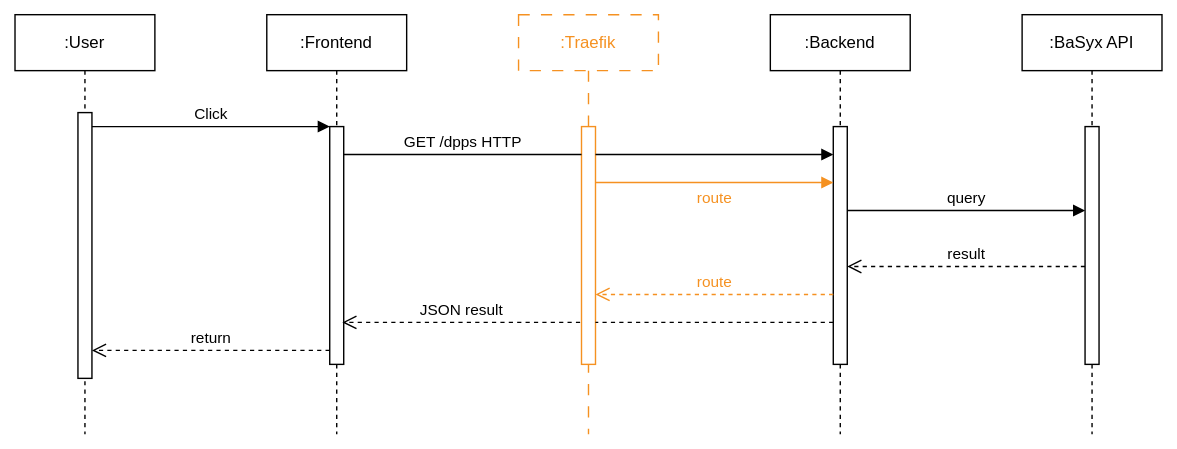
This is PROJECT/SAS/diagrams/sequence-diagram/TINF24F_SAS_Team_6_Sequence-Diagram_R10.drawio.svg from DHBW-TINF24F/Team6-BaSyx-DPP-API, a draw.io export, as it was before one commit. Source tidied: cells renumbered, new cells last; positions are measured from the earlier drawing's top-left corner, leaving out a move shared by most shapes.
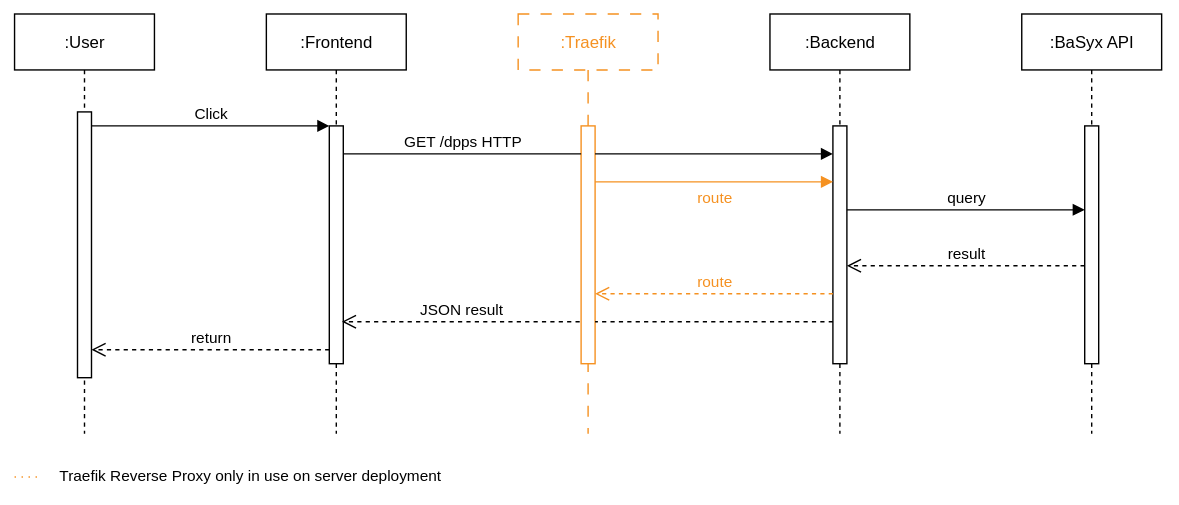
The same file after the commit.

Diff of the diagram source:
```diff
@@ -118,5 +118,17 @@
         </Array>
       </mxGeometry>
     </mxCell>
+    <mxCell id="22" style="group;" parent="1" vertex="1">
+      <mxGeometry y="320" width="310" height="20" as="geometry" />
+    </mxCell>
+    <mxCell id="23" style="endArrow=none;dashed=1;html=1;rounded=0;dashPattern=1 4;strokeColor=#F59121;" parent="22" edge="1">
+      <mxGeometry relative="1" as="geometry">
+        <mxPoint y="11" as="sourcePoint" />
+        <mxPoint x="20" y="11" as="targetPoint" />
+      </mxGeometry>
+    </mxCell>
+    <mxCell id="24" value="Traefik Reverse Proxy only in use on server deployment" style="text;html=1;whiteSpace=wrap;strokeColor=none;fillColor=none;align=left;verticalAlign=middle;rounded=0;fontSize=11;" parent="22" vertex="1">
+      <mxGeometry x="30" width="280" height="20" as="geometry" />
+    </mxCell>
   </root>
 </mxGraphModel>
```
